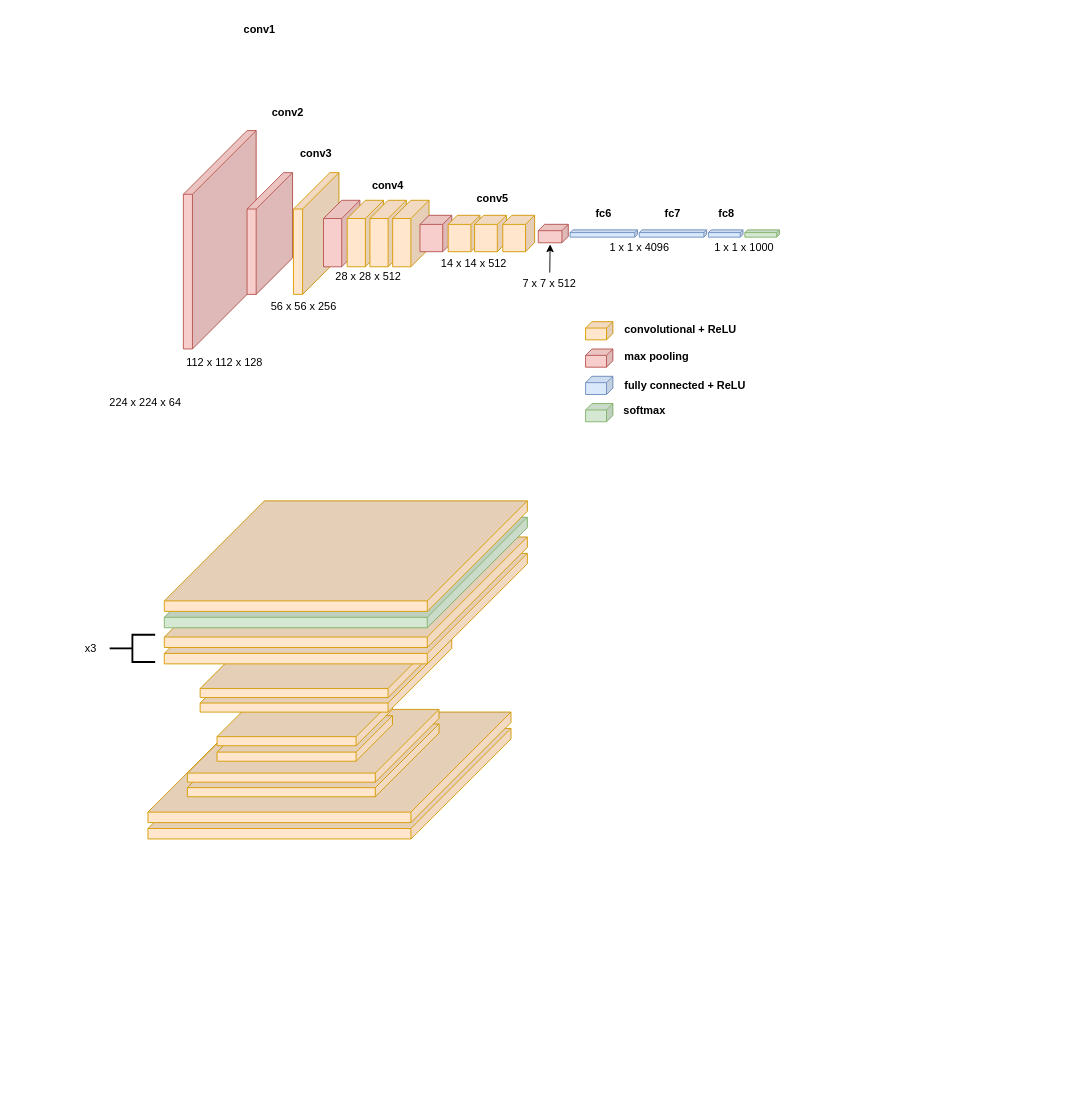
The draw.io diagram OursNetworkArch.drawio in min86615/minmin, before the edit. Source tidied: cells renumbered, new cells numbered last; positions are measured from the earlier drawing's top-left corner, leaving out a move shared by most shapes. Both pictures are drawn from the tidied source at 91%, with x=0, y=0 at pixel (46, 15).
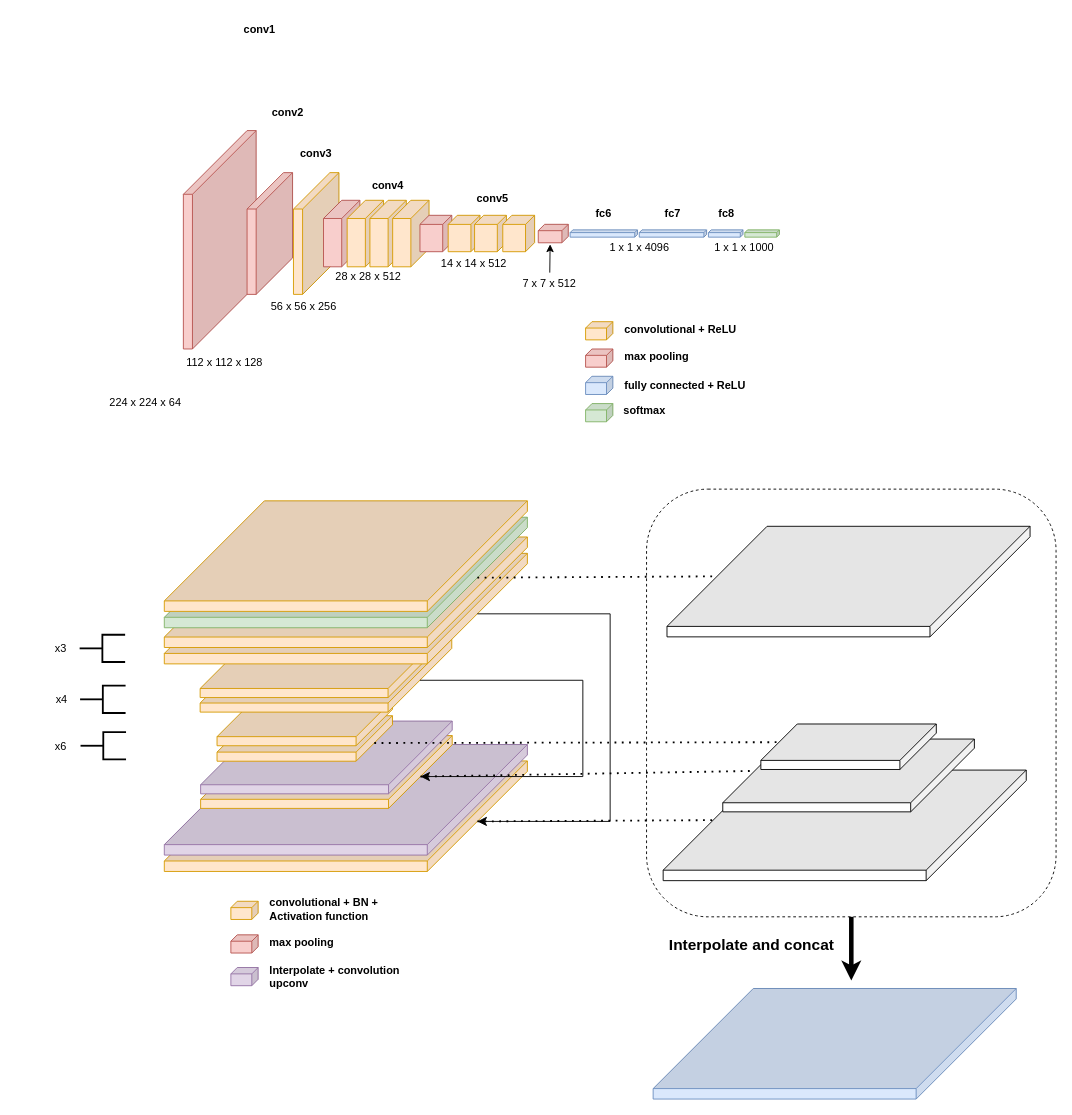
After the change.

Unchanged cells that the change refers to:
```xml
<mxCell id="50" style="shape=cube;whiteSpace=wrap;html=1;boundedLbl=1;backgroundOutline=1;darkOpacity=0.05;darkOpacity2=0.1;size=40;direction=east;flipH=0;fillColor=#ffe6cc;strokeColor=#d79b00;rotation=90;" parent="49" vertex="1">
  <mxGeometry x="71.4" y="-54.4" width="50" height="192.8" as="geometry" />
</mxCell>
<mxCell id="53" style="shape=cube;whiteSpace=wrap;html=1;boundedLbl=1;backgroundOutline=1;darkOpacity=0.05;darkOpacity2=0.1;size=70;direction=east;flipH=0;fillColor=#ffe6cc;strokeColor=#d79b00;rotation=90;" parent="52" vertex="1">
  <mxGeometry x="98.2" y="-82.2" width="80" height="276.5" as="geometry" />
</mxCell>
<mxCell id="55" style="shape=cube;whiteSpace=wrap;html=1;boundedLbl=1;backgroundOutline=1;darkOpacity=0.05;darkOpacity2=0.1;size=110;direction=east;flipH=0;fillColor=#ffe6cc;strokeColor=#d79b00;rotation=90;" parent="1" vertex="1">
  <mxGeometry x="268.8" y="451.8" width="121.5" height="399" as="geometry" />
</mxCell>
<mxCell id="57" style="shape=cube;whiteSpace=wrap;html=1;boundedLbl=1;backgroundOutline=1;darkOpacity=0.05;darkOpacity2=0.1;size=110;direction=east;flipH=0;fillColor=#d5e8d4;strokeColor=#82b366;rotation=90;" parent="1" vertex="1">
  <mxGeometry x="268.8" y="412.1" width="121.5" height="399" as="geometry" />
</mxCell>
```

The edit, as a diff of the source:
```diff
@@
-    <mxCell id="2" style="group;" parent="1" vertex="1">
-      <mxGeometry x="112" y="765" width="399" height="139.5" as="geometry" />
-    </mxCell>
+    <mxCell id="62" style="edgeStyle=orthogonalEdgeStyle;rounded=0;jettySize=auto;html=1;fontSize=17;strokeWidth=5;" parent="1" edge="1" source="63">
+      <mxGeometry relative="1" as="geometry">
+        <mxPoint x="885" y="1060" as="targetPoint" />
+      </mxGeometry>
+    </mxCell>
+    <mxCell id="63" style="rounded=1;whiteSpace=wrap;html=1;gradientColor=none;fillColor=none;dashed=1;" parent="1" vertex="1">
+      <mxGeometry x="660" y="520" width="450" height="470" as="geometry" />
+    </mxCell>
+    <mxCell id="64" style="group;" parent="1" vertex="1">
+      <mxGeometry x="130" y="800.7" width="399" height="139.5" as="geometry" />
+    </mxCell>
-    <mxCell id="3" style="shape=cube;whiteSpace=wrap;html=1;boundedLbl=1;backgroundOutline=1;darkOpacity=0.05;darkOpacity2=0.1;size=110;direction=east;flipH=0;fillColor=#ffe6cc;strokeColor=#d79b00;rotation=90;" parent="2" vertex="1">
+    <mxCell id="3" style="shape=cube;whiteSpace=wrap;html=1;boundedLbl=1;backgroundOutline=1;darkOpacity=0.05;darkOpacity2=0.1;size=110;direction=east;flipH=0;fillColor=#ffe6cc;strokeColor=#d79b00;rotation=90;" parent="64" vertex="1">
       <mxGeometry x="138.8" y="-120.8" width="121.5" height="399" as="geometry" />
     </mxCell>
-    <mxCell id="4" style="shape=cube;whiteSpace=wrap;html=1;boundedLbl=1;backgroundOutline=1;darkOpacity=0.05;darkOpacity2=0.1;size=110;direction=east;flipH=0;fillColor=#ffe6cc;strokeColor=#d79b00;rotation=90;" parent="2" vertex="1">
+    <mxCell id="4" style="shape=cube;whiteSpace=wrap;html=1;boundedLbl=1;backgroundOutline=1;darkOpacity=0.05;darkOpacity2=0.1;size=110;direction=east;flipH=0;fillColor=#e1d5e7;strokeColor=#9673a6;rotation=90;" parent="64" vertex="1">
       <mxGeometry x="138.8" y="-138.8" width="121.5" height="399" as="geometry" />
     </mxCell>
-    <mxCell id="5" style="group;" parent="1" vertex="1">
-      <mxGeometry x="155.5" y="762" width="276.5" height="96" as="geometry" />
-    </mxCell>
-    <mxCell id="6" style="shape=cube;whiteSpace=wrap;html=1;boundedLbl=1;backgroundOutline=1;darkOpacity=0.05;darkOpacity2=0.1;size=70;direction=east;flipH=0;fillColor=#ffe6cc;strokeColor=#d79b00;rotation=90;" parent="5" vertex="1">
-      <mxGeometry x="98.2" y="-82.2" width="80" height="276.5" as="geometry" />
-    </mxCell>
-    <mxCell id="7" style="shape=cube;whiteSpace=wrap;html=1;boundedLbl=1;backgroundOutline=1;darkOpacity=0.05;darkOpacity2=0.1;size=70;direction=east;flipH=0;fillColor=#ffe6cc;strokeColor=#d79b00;rotation=90;" parent="5" vertex="1">
-      <mxGeometry x="98.2" y="-98.2" width="80" height="276.5" as="geometry" />
-    </mxCell>
@@
+    <mxCell id="65" style="group;" parent="1" vertex="1">
+      <mxGeometry x="170" y="774.8" width="276.5" height="96" as="geometry" />
+    </mxCell>
+    <mxCell id="6" style="shape=cube;whiteSpace=wrap;html=1;boundedLbl=1;backgroundOutline=1;darkOpacity=0.05;darkOpacity2=0.1;size=70;direction=east;flipH=0;fillColor=#ffe6cc;strokeColor=#d79b00;rotation=90;" parent="65" vertex="1">
+      <mxGeometry x="98.2" y="-82.2" width="80" height="276.5" as="geometry" />
+    </mxCell>
+    <mxCell id="66" style="shape=cube;whiteSpace=wrap;html=1;boundedLbl=1;backgroundOutline=1;darkOpacity=0.05;darkOpacity2=0.1;size=70;direction=east;flipH=0;fillColor=#e1d5e7;strokeColor=#9673a6;rotation=90;" parent="65" vertex="1">
+      <mxGeometry x="98.2" y="-98.2" width="80" height="276.5" as="geometry" />
+    </mxCell>
@@
     <mxCell id="59" style="group;" parent="1" vertex="1">
-      <mxGeometry y="680" width="120" height="30" as="geometry" />
+      <mxGeometry x="-33" y="680" width="120" height="30" as="geometry" />
     </mxCell>
@@
+    <mxCell id="67" style="group;" parent="1" vertex="1">
+      <mxGeometry x="42.5" y="736" width="120" height="30" as="geometry" />
+    </mxCell>
+    <mxCell id="68" value="x4" style="text;html=1;strokeColor=none;fillColor=none;align=center;verticalAlign=middle;whiteSpace=wrap;rounded=0;" parent="67" vertex="1">
+      <mxGeometry x="-75" y="5" width="99" height="20" as="geometry" />
+    </mxCell>
+    <mxCell id="69" style="strokeWidth=2;html=1;shape=mxgraph.flowchart.annotation_2;align=left;labelPosition=right;" parent="67" vertex="1">
+      <mxGeometry x="-5" width="50" height="30" as="geometry" />
+    </mxCell>
+    <mxCell id="70" value="x6" style="text;html=1;strokeColor=none;fillColor=none;align=center;verticalAlign=middle;whiteSpace=wrap;rounded=0;" parent="1" vertex="1">
+      <mxGeometry x="-33" y="793.1" width="99" height="20" as="geometry" />
+    </mxCell>
+    <mxCell id="71" style="shape=cube;whiteSpace=wrap;html=1;boundedLbl=1;backgroundOutline=1;darkOpacity=0.05;darkOpacity2=0.1;size=7;direction=east;flipH=1;fillColor=#ffe6cc;strokeColor=#d79b00;" parent="1" vertex="1">
+      <mxGeometry x="203.2" y="972.9" width="30" height="20" as="geometry" />
+    </mxCell>
+    <mxCell id="72" value="convolutional + BN + Activation function" style="text;html=1;strokeColor=none;fillColor=none;align=left;verticalAlign=middle;whiteSpace=wrap;rounded=0;fontStyle=1;" parent="1" vertex="1">
+      <mxGeometry x="244.2" y="970" width="169" height="23.9" as="geometry" />
+    </mxCell>
+    <mxCell id="73" style="shape=cube;whiteSpace=wrap;html=1;boundedLbl=1;backgroundOutline=1;darkOpacity=0.05;darkOpacity2=0.1;size=7;direction=east;flipH=1;fillColor=#f8cecc;strokeColor=#b85450;" parent="1" vertex="1">
+      <mxGeometry x="203.2" y="1009.8" width="30" height="20" as="geometry" />
+    </mxCell>
+    <mxCell id="74" value="max pooling" style="text;html=1;strokeColor=none;fillColor=none;align=left;verticalAlign=middle;whiteSpace=wrap;rounded=0;fontStyle=1;" parent="1" vertex="1">
+      <mxGeometry x="244.2" y="1006.9" width="138" height="23.9" as="geometry" />
+    </mxCell>
+    <mxCell id="75" style="strokeWidth=2;html=1;shape=mxgraph.flowchart.annotation_2;align=left;labelPosition=right;" parent="1" vertex="1">
+      <mxGeometry x="38" y="787" width="50" height="30" as="geometry" />
+    </mxCell>
+    <mxCell id="76" style="shape=cube;whiteSpace=wrap;html=1;boundedLbl=1;backgroundOutline=1;darkOpacity=0.05;darkOpacity2=0.1;size=7;direction=east;flipH=1;fillColor=#e1d5e7;strokeColor=#9673a6;" parent="1" vertex="1">
+      <mxGeometry x="203.2" y="1045.7" width="30" height="20" as="geometry" />
+    </mxCell>
+    <mxCell id="77" value="Interpolate + convolution&lt;br&gt;upconv" style="text;html=1;strokeColor=none;fillColor=none;align=left;verticalAlign=middle;whiteSpace=wrap;rounded=0;fontStyle=1;" parent="1" vertex="1">
+      <mxGeometry x="244.2" y="1043.8" width="156.5" height="23.9" as="geometry" />
+    </mxCell>
+    <mxCell id="78" style="edgeStyle=elbowEdgeStyle;elbow=horizontal;endArrow=classic;html=1;curved=0;rounded=0;endSize=8;startSize=8;exitX=0;exitY=0;exitDx=66.49999999999999;exitDy=55;exitPerimeter=0;entryX=0;entryY=0;entryDx=66.49999999999999;entryDy=55;entryPerimeter=0;" parent="1" edge="1" source="55" target="3">
+      <mxGeometry relative="1" as="geometry">
+        <Array as="points">
+          <mxPoint x="620" y="770" />
+        </Array>
+      </mxGeometry>
+    </mxCell>
+    <mxCell id="79" style="edgeStyle=elbowEdgeStyle;elbow=horizontal;endArrow=classic;html=1;curved=0;rounded=0;endSize=8;startSize=8;exitX=0;exitY=0;exitDx=45;exitDy=35;exitPerimeter=0;entryX=0;entryY=0;entryDx=45;entryDy=35;entryPerimeter=0;" parent="1" edge="1" source="53" target="6">
+      <mxGeometry relative="1" as="geometry">
+        <Array as="points">
+          <mxPoint x="590" y="790" />
+        </Array>
+      </mxGeometry>
+    </mxCell>
+    <mxCell id="80" style="shape=cube;whiteSpace=wrap;html=1;boundedLbl=1;backgroundOutline=1;darkOpacity=0.05;darkOpacity2=0.1;size=110;direction=east;flipH=0;rotation=90;" parent="1" vertex="1">
+      <mxGeometry x="821.2" y="422.1" width="121.5" height="399" as="geometry" />
+    </mxCell>
+    <mxCell id="81" style="shape=cube;whiteSpace=wrap;html=1;boundedLbl=1;backgroundOutline=1;darkOpacity=0.05;darkOpacity2=0.1;size=110;direction=east;flipH=0;rotation=90;" parent="1" vertex="1">
+      <mxGeometry x="817" y="690" width="121.5" height="399" as="geometry" />
+    </mxCell>
+    <mxCell id="82" style="shape=cube;whiteSpace=wrap;html=1;boundedLbl=1;backgroundOutline=1;darkOpacity=0.05;darkOpacity2=0.1;size=70;direction=east;flipH=0;rotation=90;" parent="1" vertex="1">
+      <mxGeometry x="842" y="696.4" width="80" height="276.5" as="geometry" />
+    </mxCell>
+    <mxCell id="83" style="shape=cube;whiteSpace=wrap;html=1;boundedLbl=1;backgroundOutline=1;darkOpacity=0.05;darkOpacity2=0.1;size=40;direction=east;flipH=0;rotation=90;" parent="1" vertex="1">
+      <mxGeometry x="857" y="706.7" width="50" height="192.8" as="geometry" />
+    </mxCell>
+    <mxCell id="84" style="endArrow=none;dashed=1;html=1;dashPattern=1 3;strokeWidth=2;rounded=0;exitX=0;exitY=0;exitDx=66.49999999999999;exitDy=55;exitPerimeter=0;entryX=0;entryY=0;entryDx=55;entryDy=344;entryPerimeter=0;" parent="1" edge="1" source="57" target="80">
+      <mxGeometry relative="1" as="geometry" />
+    </mxCell>
+    <mxCell id="85" style="endArrow=none;dashed=1;html=1;dashPattern=1 3;strokeWidth=2;rounded=0;exitX=0;exitY=0;exitDx=30;exitDy=20;exitPerimeter=0;entryX=0;entryY=0;entryDx=20;entryDy=172.75;entryPerimeter=0;" parent="1" edge="1" source="50" target="83">
+      <mxGeometry relative="1" as="geometry" />
+    </mxCell>
+    <mxCell id="86" style="endArrow=none;dashed=1;html=1;dashPattern=1 3;strokeWidth=2;rounded=0;exitX=0;exitY=0;exitDx=45;exitDy=35;exitPerimeter=0;entryX=0;entryY=0;entryDx=35;entryDy=241.5;entryPerimeter=0;" parent="1" edge="1" source="6" target="82">
+      <mxGeometry relative="1" as="geometry" />
+    </mxCell>
+    <mxCell id="87" style="endArrow=none;dashed=1;html=1;dashPattern=1 3;strokeWidth=2;rounded=0;exitX=0;exitY=0;exitDx=66.49999999999999;exitDy=55;exitPerimeter=0;entryX=0;entryY=0;entryDx=55;entryDy=344;entryPerimeter=0;" parent="1" edge="1" source="3" target="81">
+      <mxGeometry relative="1" as="geometry" />
+    </mxCell>
+    <mxCell id="88" value="&lt;font style=&quot;font-size: 17px;&quot;&gt;Interpolate and concat&lt;/font&gt;" style="text;html=1;strokeColor=none;fillColor=none;align=left;verticalAlign=middle;whiteSpace=wrap;rounded=0;fontStyle=1;" parent="1" vertex="1">
+      <mxGeometry x="682.5" y="1009.8" width="224.5" height="23.9" as="geometry" />
+    </mxCell>
+    <mxCell id="89" style="shape=cube;whiteSpace=wrap;html=1;boundedLbl=1;backgroundOutline=1;darkOpacity=0.05;darkOpacity2=0.1;size=110;direction=east;flipH=0;rotation=90;fillColor=#dae8fc;strokeColor=#6c8ebf;" parent="1" vertex="1">
+      <mxGeometry x="806" y="930" width="121.5" height="399" as="geometry" />
+    </mxCell>
```
